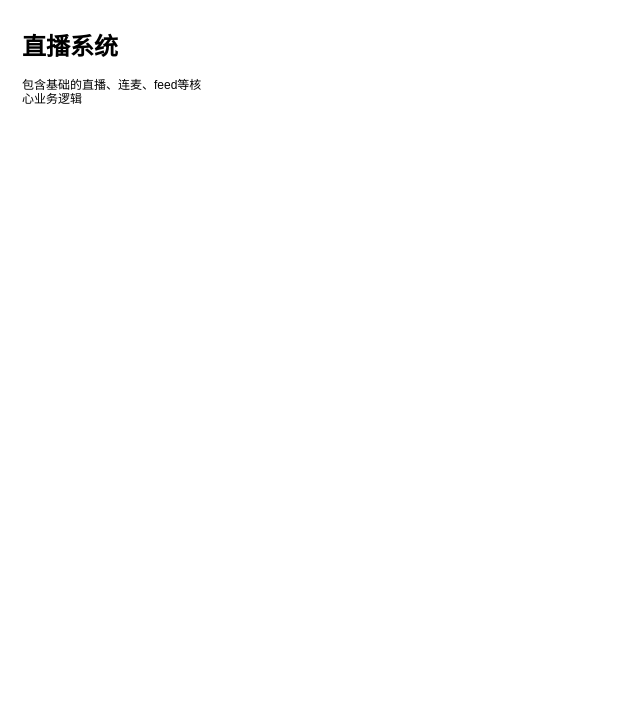
This is page "首页" (1 of 5) of pepper/直播系统-live.drawio from wclssdn/draw.io, a draw.io file, before an edit. Source tidied: cells renumbered, new cells numbered last; positions are measured from the earlier drawing's top-left corner, leaving out a move shared by most shapes. Both pictures are drawn from the tidied source at 100%, with x=0, y=0 at pixel (17, 27).
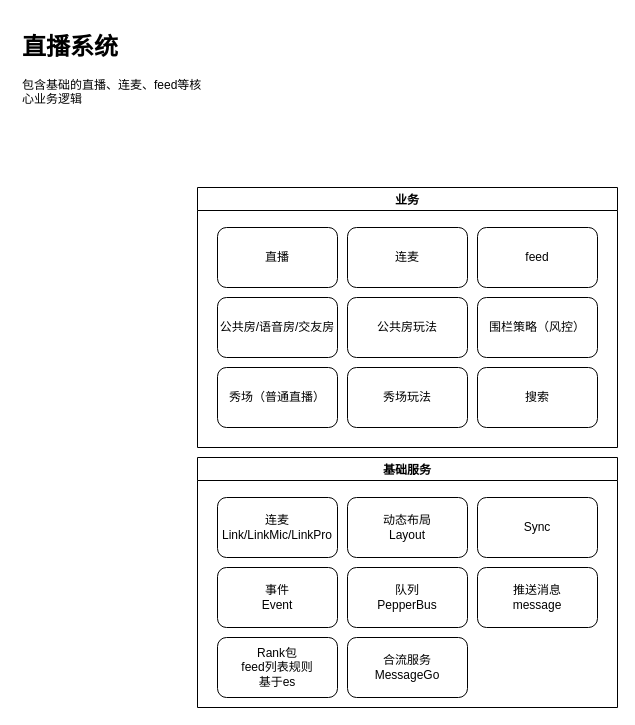
Above is the later version.

Diff of the diagram source:
```diff
@@
+    <mxCell id="3" value="业务" style="swimlane;" parent="1" vertex="1">
+      <mxGeometry x="180" y="160" width="420" height="260" as="geometry" />
+    </mxCell>
+    <mxCell id="4" value="直播" style="rounded=1;whiteSpace=wrap;html=1;" parent="3" vertex="1">
+      <mxGeometry x="20" y="40" width="120" height="60" as="geometry" />
+    </mxCell>
+    <mxCell id="5" value="连麦" style="rounded=1;whiteSpace=wrap;html=1;" parent="3" vertex="1">
+      <mxGeometry x="150" y="40" width="120" height="60" as="geometry" />
+    </mxCell>
+    <mxCell id="6" value="feed" style="rounded=1;whiteSpace=wrap;html=1;" parent="3" vertex="1">
+      <mxGeometry x="280" y="40" width="120" height="60" as="geometry" />
+    </mxCell>
+    <mxCell id="7" value="公共房/语音房/交友房" style="rounded=1;whiteSpace=wrap;html=1;" parent="3" vertex="1">
+      <mxGeometry x="20" y="110" width="120" height="60" as="geometry" />
+    </mxCell>
+    <mxCell id="8" value="公共房玩法" style="rounded=1;whiteSpace=wrap;html=1;" parent="3" vertex="1">
+      <mxGeometry x="150" y="110" width="120" height="60" as="geometry" />
+    </mxCell>
+    <mxCell id="9" value="秀场（普通直播）" style="rounded=1;whiteSpace=wrap;html=1;" parent="3" vertex="1">
+      <mxGeometry x="20" y="180" width="120" height="60" as="geometry" />
+    </mxCell>
+    <mxCell id="10" value="秀场玩法" style="rounded=1;whiteSpace=wrap;html=1;" parent="3" vertex="1">
+      <mxGeometry x="150" y="180" width="120" height="60" as="geometry" />
+    </mxCell>
+    <mxCell id="11" value="围栏策略（风控）" style="rounded=1;whiteSpace=wrap;html=1;" parent="3" vertex="1">
+      <mxGeometry x="280" y="110" width="120" height="60" as="geometry" />
+    </mxCell>
+    <mxCell id="12" value="搜索" style="rounded=1;whiteSpace=wrap;html=1;" parent="3" vertex="1">
+      <mxGeometry x="280" y="180" width="120" height="60" as="geometry" />
+    </mxCell>
+    <mxCell id="13" value="基础服务" style="swimlane;" parent="1" vertex="1">
+      <mxGeometry x="180" y="430" width="420" height="250" as="geometry" />
+    </mxCell>
+    <mxCell id="14" value="连麦&lt;br&gt;Link/LinkMic/LinkPro" style="rounded=1;whiteSpace=wrap;html=1;" parent="13" vertex="1">
+      <mxGeometry x="20" y="40" width="120" height="60" as="geometry" />
+    </mxCell>
+    <mxCell id="15" value="动态布局&lt;br&gt;Layout" style="rounded=1;whiteSpace=wrap;html=1;" parent="13" vertex="1">
+      <mxGeometry x="150" y="40" width="120" height="60" as="geometry" />
+    </mxCell>
+    <mxCell id="16" value="Sync" style="rounded=1;whiteSpace=wrap;html=1;" parent="13" vertex="1">
+      <mxGeometry x="280" y="40" width="120" height="60" as="geometry" />
+    </mxCell>
+    <mxCell id="17" value="事件&lt;br&gt;Event" style="rounded=1;whiteSpace=wrap;html=1;" parent="13" vertex="1">
+      <mxGeometry x="20" y="110" width="120" height="60" as="geometry" />
+    </mxCell>
+    <mxCell id="18" value="队列&lt;br&gt;PepperBus" style="rounded=1;whiteSpace=wrap;html=1;" parent="13" vertex="1">
+      <mxGeometry x="150" y="110" width="120" height="60" as="geometry" />
+    </mxCell>
+    <mxCell id="19" value="推送消息&lt;br&gt;message" style="rounded=1;whiteSpace=wrap;html=1;" parent="13" vertex="1">
+      <mxGeometry x="280" y="110" width="120" height="60" as="geometry" />
+    </mxCell>
+    <mxCell id="20" value="Rank包&lt;br&gt;feed列表规则&lt;br&gt;基于es" style="rounded=1;whiteSpace=wrap;html=1;" parent="13" vertex="1">
+      <mxGeometry x="20" y="180" width="120" height="60" as="geometry" />
+    </mxCell>
+    <mxCell id="21" value="合流服务&lt;br&gt;MessageGo" style="rounded=1;whiteSpace=wrap;html=1;" parent="13" vertex="1">
+      <mxGeometry x="150" y="180" width="120" height="60" as="geometry" />
+    </mxCell>
```
